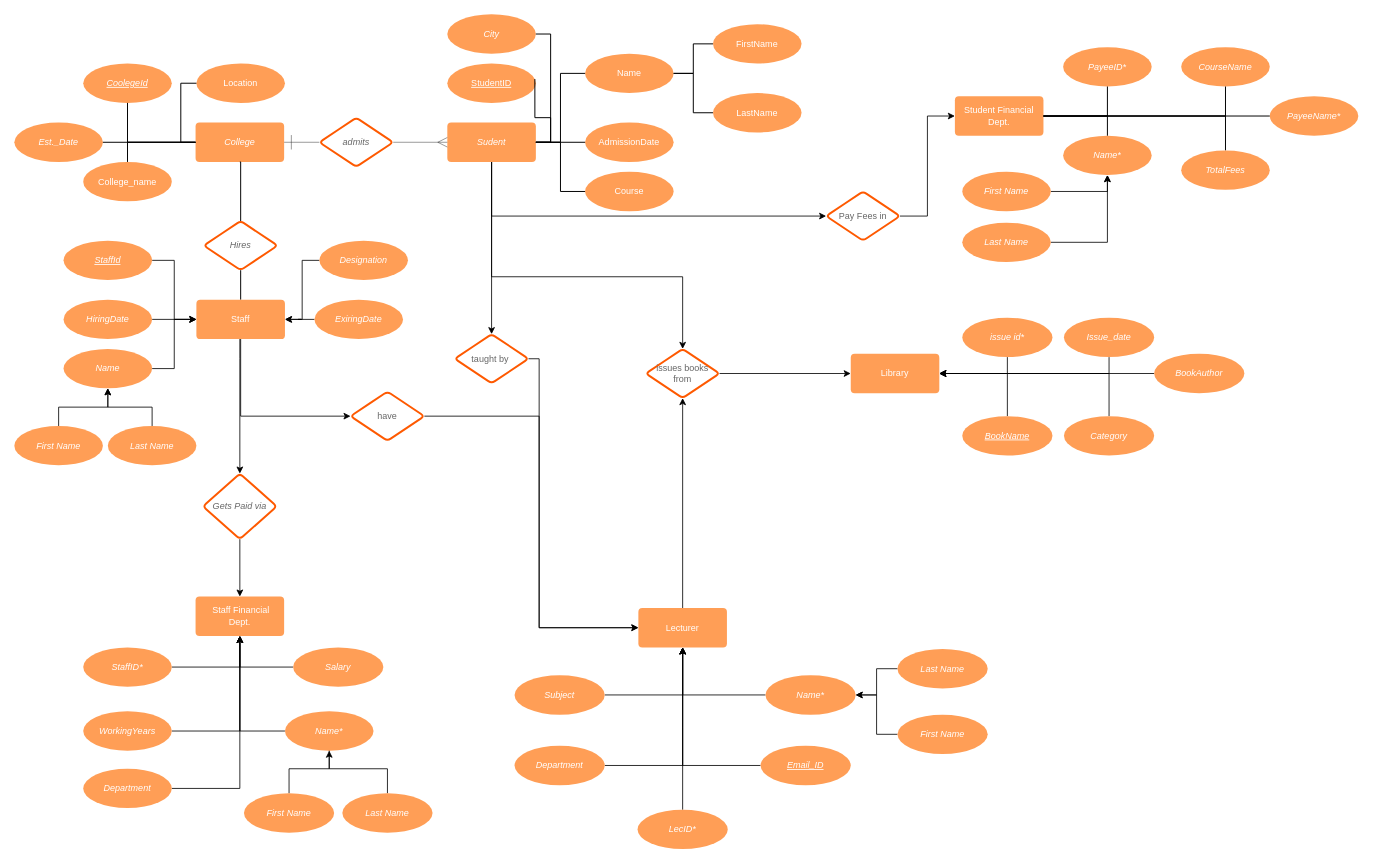
This is Untitled Diagram.drawio from nikgrover/DBMS, a draw.io file, before an edit. Source tidied: cells renumbered, new cells numbered last; positions are measured from the earlier drawing's top-left corner, leaving out a move shared by most shapes. Both pictures are drawn from the tidied source at 82%, with x=0, y=0 at pixel (14, 14).
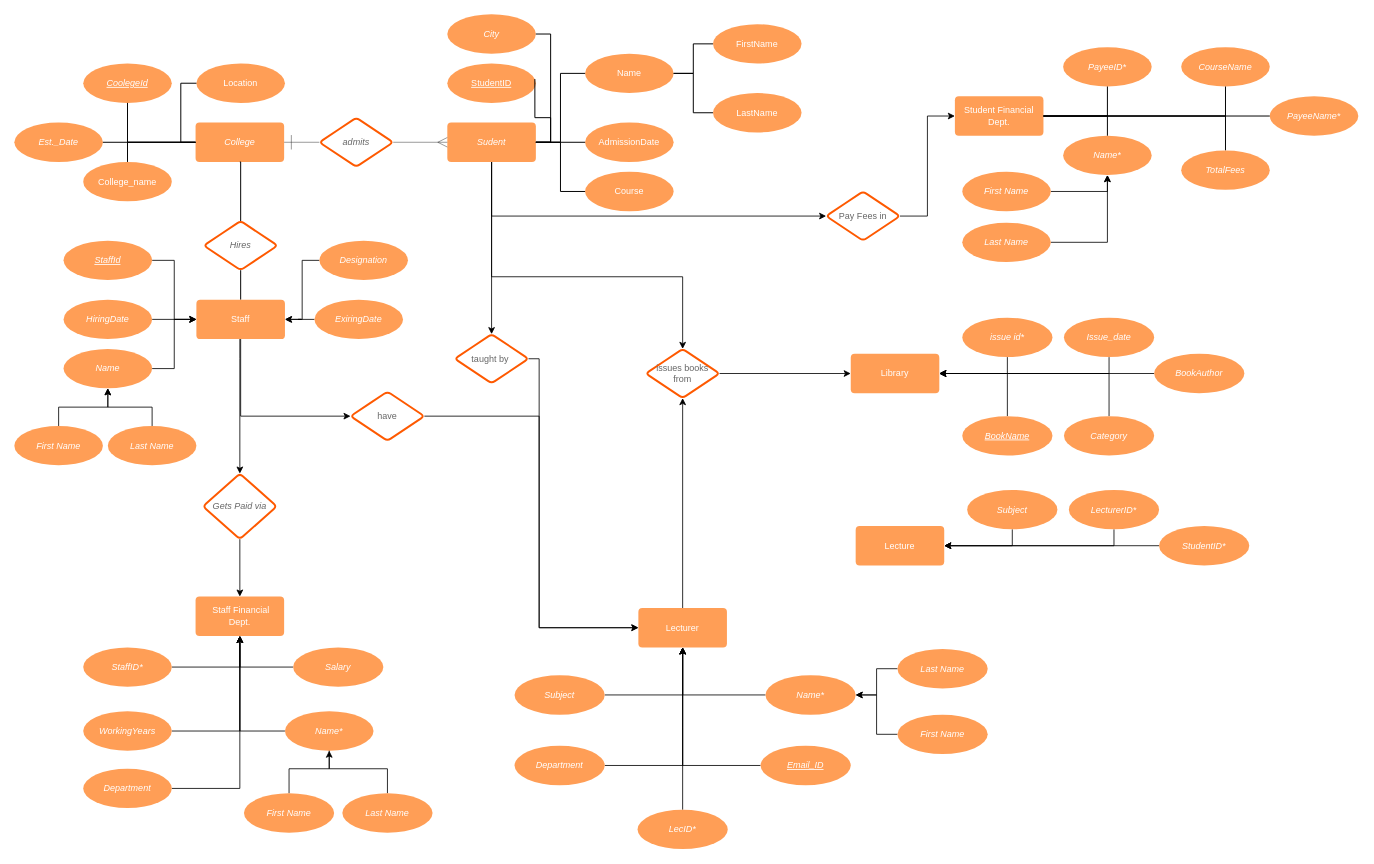
The same page after the edit.

Change to the diagram source:
```diff
@@
+    <mxCell id="119" value="Lecture" style="html=1;whiteSpace=wrap;fontSize=11;fontColor=#ffffff;spacing=5;strokeOpacity=0;fillOpacity=100;rounded=1;absoluteArcSize=1;arcSize=9.6;fillColor=#ff9e56;strokeWidth=1.2;" parent="1" vertex="1">
+      <mxGeometry x="1026" y="624" width="108" height="48" as="geometry" />
+    </mxCell>
+    <mxCell id="120" style="edgeStyle=orthogonalEdgeStyle;rounded=0;jettySize=auto;html=1;entryX=1;entryY=0.5;entryDx=0;entryDy=0;" parent="1" edge="1" source="121" target="119">
+      <mxGeometry relative="1" as="geometry">
+        <Array as="points">
+          <mxPoint x="1217" y="648" />
+        </Array>
+      </mxGeometry>
+    </mxCell>
+    <mxCell id="121" value="Subject" style="html=1;whiteSpace=wrap;ellipse;fontSize=11;fontColor=#ffffff;fontStyle=2;spacing=5;strokeOpacity=0;fillOpacity=100;rounded=1;absoluteArcSize=1;arcSize=9.6;fillColor=#ff9e56;strokeWidth=1.2;" parent="1" vertex="1">
+      <mxGeometry x="1162" y="580" width="110" height="48" as="geometry" />
+    </mxCell>
+    <mxCell id="122" style="edgeStyle=orthogonalEdgeStyle;rounded=0;jettySize=auto;html=1;" parent="1" edge="1" source="123" target="119">
+      <mxGeometry relative="1" as="geometry" />
+    </mxCell>
+    <mxCell id="123" value="StudentID*" style="html=1;whiteSpace=wrap;ellipse;fontSize=11;fontColor=#ffffff;fontStyle=2;spacing=5;strokeOpacity=0;fillOpacity=100;rounded=1;absoluteArcSize=1;arcSize=9.6;fillColor=#ff9e56;strokeWidth=1.2;" parent="1" vertex="1">
+      <mxGeometry x="1396" y="624" width="110" height="48" as="geometry" />
+    </mxCell>
+    <mxCell id="124" style="edgeStyle=orthogonalEdgeStyle;rounded=0;jettySize=auto;html=1;exitX=0.5;exitY=1;exitDx=0;exitDy=0;" parent="1" edge="1" source="125" target="119">
+      <mxGeometry relative="1" as="geometry" />
+    </mxCell>
+    <mxCell id="125" value="LecturerID*" style="html=1;whiteSpace=wrap;ellipse;fontSize=11;fontColor=#ffffff;fontStyle=2;spacing=5;strokeOpacity=0;fillOpacity=100;rounded=1;absoluteArcSize=1;arcSize=9.6;fillColor=#ff9e56;strokeWidth=1.2;" parent="1" vertex="1">
+      <mxGeometry x="1286" y="580" width="110" height="48" as="geometry" />
+    </mxCell>
```
